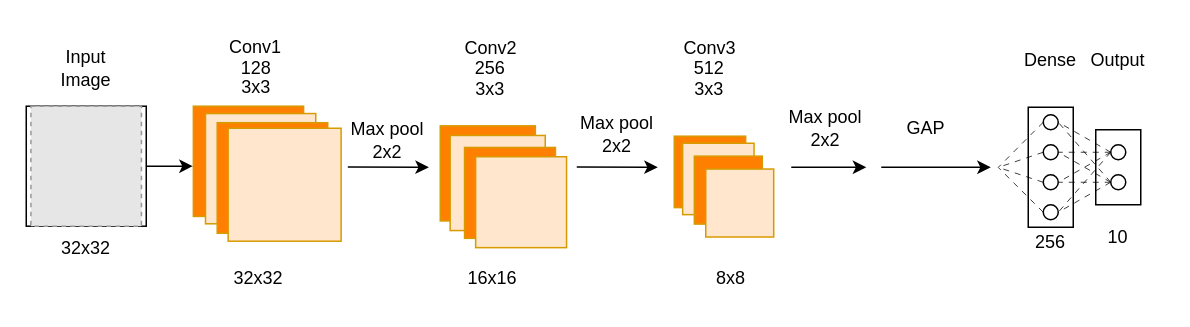
The draw.io diagram figures/systemDesign/targetDetection/VGG8Architecture.drawio in Mikkelnn/ESD7-Project, before the edit. Source tidied: cells renumbered, new cells numbered last; positions are measured from the earlier drawing's top-left corner, leaving out a move shared by most shapes. Both pictures are drawn from the tidied source at 150%, with x=0, y=0 at pixel (26, 32). Pictures stored in the file or linked from it are replaced by grey dashed boxes.
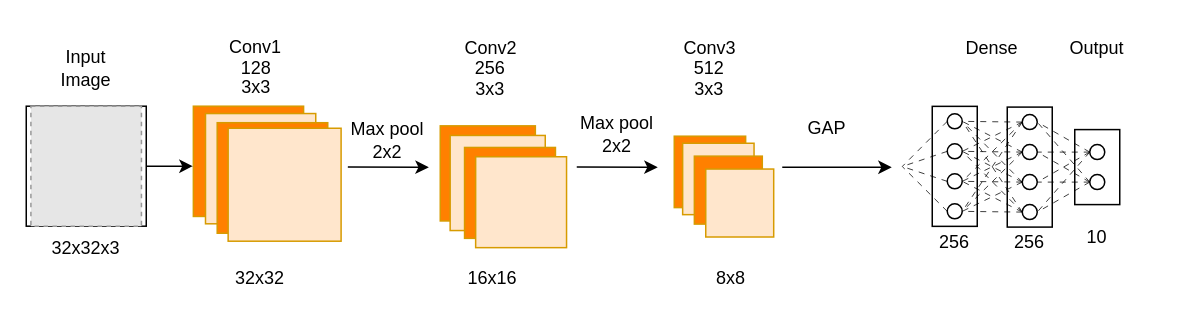
Above is the later version.

Unchanged cells that the change refers to:
```xml
<mxCell id="33" style="group;fontFamily=Project Font;" parent="1" vertex="1">
  <mxGeometry x="111.4" y="49.3" width="100" height="130" as="geometry" />
</mxCell>
<mxCell id="45" style="group;fontFamily=Project Font;" parent="1" vertex="1">
  <mxGeometry x="307" y="59.3" width="117" height="120" as="geometry" />
</mxCell>
```

The edit, as a diff of the source:
```diff
@@
     <mxCell id="4" style="whiteSpace=wrap;html=1;fillColor=none;fontFamily=Project Font;" parent="1" vertex="1">
-      <mxGeometry x="713" y="65" width="30" height="50" as="geometry" />
+      <mxGeometry x="699" y="64.9" width="30" height="50" as="geometry" />
     </mxCell>
     <mxCell id="5" style="ellipse;whiteSpace=wrap;html=1;fillColor=none;fontFamily=Project Font;" parent="1" vertex="1">
-      <mxGeometry x="723" y="75" width="10" height="10" as="geometry" />
+      <mxGeometry x="709" y="74.9" width="10" height="10" as="geometry" />
     </mxCell>
     <mxCell id="6" style="ellipse;whiteSpace=wrap;html=1;fillColor=none;fontFamily=Project Font;" parent="1" vertex="1">
-      <mxGeometry x="723" y="95" width="10" height="10" as="geometry" />
+      <mxGeometry x="709" y="94.9" width="10" height="10" as="geometry" />
     </mxCell>
     <mxCell id="7" style="endArrow=none;dashed=1;html=1;dashPattern=8 8;strokeWidth=0.5;rounded=0;exitX=0;exitY=0.5;exitDx=0;exitDy=0;entryX=1;entryY=0.5;entryDx=0;entryDy=0;fontFamily=Project Font;" parent="1" edge="1" source="5">
       <mxGeometry relative="1" as="geometry">
-        <mxPoint x="688" y="60" as="targetPoint" />
+        <mxPoint x="674" y="59.9" as="targetPoint" />
       </mxGeometry>
     </mxCell>
     <mxCell id="8" style="endArrow=none;dashed=1;html=1;dashPattern=8 8;strokeWidth=0.5;rounded=0;entryX=1;entryY=0.5;entryDx=0;entryDy=0;exitX=0;exitY=0.5;exitDx=0;exitDy=0;fontFamily=Project Font;" parent="1" edge="1" source="5">
       <mxGeometry relative="1" as="geometry">
-        <mxPoint x="688" y="80" as="targetPoint" />
+        <mxPoint x="674" y="79.9" as="targetPoint" />
       </mxGeometry>
     </mxCell>
     <mxCell id="9" style="endArrow=none;dashed=1;html=1;dashPattern=8 8;strokeWidth=0.5;rounded=0;entryX=1;entryY=0.5;entryDx=0;entryDy=0;exitX=0;exitY=0.5;exitDx=0;exitDy=0;fontFamily=Project Font;" parent="1" edge="1" source="5">
       <mxGeometry relative="1" as="geometry">
-        <mxPoint x="688" y="100" as="targetPoint" />
+        <mxPoint x="674" y="99.9" as="targetPoint" />
       </mxGeometry>
     </mxCell>
     <mxCell id="10" style="endArrow=none;dashed=1;html=1;dashPattern=8 8;strokeWidth=0.5;rounded=0;entryX=1;entryY=0.5;entryDx=0;entryDy=0;exitX=0;exitY=0.5;exitDx=0;exitDy=0;fontFamily=Project Font;" parent="1" edge="1" source="5">
       <mxGeometry relative="1" as="geometry">
-        <mxPoint x="688" y="120" as="targetPoint" />
+        <mxPoint x="674" y="119.9" as="targetPoint" />
       </mxGeometry>
     </mxCell>
     <mxCell id="11" style="endArrow=none;dashed=1;html=1;dashPattern=8 8;strokeWidth=0.5;rounded=0;entryX=1;entryY=0.5;entryDx=0;entryDy=0;exitX=0;exitY=0.5;exitDx=0;exitDy=0;fontFamily=Project Font;" parent="1" edge="1" source="6">
       <mxGeometry relative="1" as="geometry">
-        <mxPoint x="688" y="120" as="targetPoint" />
+        <mxPoint x="674" y="119.9" as="targetPoint" />
       </mxGeometry>
     </mxCell>
     <mxCell id="12" style="endArrow=none;dashed=1;html=1;dashPattern=8 8;strokeWidth=0.5;rounded=0;entryX=1;entryY=0.5;entryDx=0;entryDy=0;exitX=0;exitY=0.5;exitDx=0;exitDy=0;fontFamily=Project Font;" parent="1" edge="1" source="6">
       <mxGeometry relative="1" as="geometry">
-        <mxPoint x="688" y="100" as="targetPoint" />
+        <mxPoint x="674" y="99.9" as="targetPoint" />
       </mxGeometry>
     </mxCell>
     <mxCell id="13" style="endArrow=none;dashed=1;html=1;dashPattern=8 8;strokeWidth=0.5;rounded=0;entryX=1;entryY=0.5;entryDx=0;entryDy=0;exitX=0;exitY=0.5;exitDx=0;exitDy=0;fontFamily=Project Font;" parent="1" edge="1" source="6">
       <mxGeometry relative="1" as="geometry">
-        <mxPoint x="688" y="80" as="targetPoint" />
+        <mxPoint x="674" y="79.9" as="targetPoint" />
       </mxGeometry>
     </mxCell>
     <mxCell id="14" style="endArrow=none;dashed=1;html=1;dashPattern=8 8;strokeWidth=0.5;rounded=0;entryX=1;entryY=0.5;entryDx=0;entryDy=0;exitX=0;exitY=0.5;exitDx=0;exitDy=0;fontFamily=Project Font;" parent="1" edge="1" source="6">
       <mxGeometry relative="1" as="geometry">
-        <mxPoint x="688" y="60" as="targetPoint" />
+        <mxPoint x="674" y="59.9" as="targetPoint" />
       </mxGeometry>
     </mxCell>
     <mxCell id="15" style="whiteSpace=wrap;html=1;fillColor=none;fontFamily=Project Font;" parent="1" vertex="1">
-      <mxGeometry x="668" y="50" width="30" height="80" as="geometry" />
+      <mxGeometry x="654" y="49.9" width="30" height="80" as="geometry" />
     </mxCell>
     <mxCell id="16" style="ellipse;whiteSpace=wrap;html=1;fillColor=none;fontFamily=Project Font;" parent="1" vertex="1">
-      <mxGeometry x="678" y="55" width="10" height="10" as="geometry" />
+      <mxGeometry x="664" y="54.9" width="10" height="10" as="geometry" />
     </mxCell>
     <mxCell id="17" style="ellipse;whiteSpace=wrap;html=1;fillColor=none;fontFamily=Project Font;" parent="1" vertex="1">
-      <mxGeometry x="678" y="75" width="10" height="10" as="geometry" />
+      <mxGeometry x="664" y="74.9" width="10" height="10" as="geometry" />
     </mxCell>
     <mxCell id="18" style="ellipse;whiteSpace=wrap;html=1;fillColor=none;fontFamily=Project Font;" parent="1" vertex="1">
-      <mxGeometry x="678" y="95" width="10" height="10" as="geometry" />
+      <mxGeometry x="664" y="94.9" width="10" height="10" as="geometry" />
     </mxCell>
     <mxCell id="19" style="ellipse;whiteSpace=wrap;html=1;fillColor=none;fontFamily=Project Font;" parent="1" vertex="1">
-      <mxGeometry x="678" y="115" width="10" height="10" as="geometry" />
+      <mxGeometry x="664" y="114.9" width="10" height="10" as="geometry" />
     </mxCell>
-    <mxCell id="20" style="endArrow=none;dashed=1;html=1;dashPattern=8 8;strokeWidth=0.5;rounded=0;exitX=0;exitY=0.5;exitDx=0;exitDy=0;entryX=1;entryY=0.5;entryDx=0;entryDy=0;fontFamily=Project Font;" parent="1" edge="1" source="16">
-      <mxGeometry relative="1" as="geometry">
-        <mxPoint x="648" y="90.1" as="targetPoint" />
-      </mxGeometry>
+    <mxCell id="20" style="endArrow=none;dashed=1;html=1;dashPattern=8 8;strokeWidth=0.5;rounded=0;exitX=0;exitY=0.5;exitDx=0;exitDy=0;entryX=1;entryY=0.5;entryDx=0;entryDy=0;fontFamily=Project Font;" parent="1" edge="1" source="16" target="72">
+      <mxGeometry relative="1" as="geometry" />
     </mxCell>
-    <mxCell id="21" style="endArrow=none;dashed=1;html=1;dashPattern=8 8;strokeWidth=0.5;rounded=0;exitX=0;exitY=0.5;exitDx=0;exitDy=0;entryX=1;entryY=0.5;entryDx=0;entryDy=0;fontFamily=Project Font;" parent="1" edge="1" source="17">
-      <mxGeometry relative="1" as="geometry">
-        <mxPoint x="648" y="90.1" as="targetPoint" />
-      </mxGeometry>
+    <mxCell id="21" style="endArrow=none;dashed=1;html=1;dashPattern=8 8;strokeWidth=0.5;rounded=0;exitX=0;exitY=0.5;exitDx=0;exitDy=0;entryX=1;entryY=0.5;entryDx=0;entryDy=0;fontFamily=Project Font;" parent="1" edge="1" source="17" target="72">
+      <mxGeometry relative="1" as="geometry" />
     </mxCell>
-    <mxCell id="22" style="endArrow=none;dashed=1;html=1;dashPattern=8 8;strokeWidth=0.5;rounded=0;exitX=0;exitY=0.5;exitDx=0;exitDy=0;entryX=1;entryY=0.5;entryDx=0;entryDy=0;fontFamily=Project Font;" parent="1" edge="1" source="18">
-      <mxGeometry relative="1" as="geometry">
-        <mxPoint x="648" y="90.1" as="targetPoint" />
-      </mxGeometry>
+    <mxCell id="22" style="endArrow=none;dashed=1;html=1;dashPattern=8 8;strokeWidth=0.5;rounded=0;exitX=0;exitY=0.5;exitDx=0;exitDy=0;entryX=1;entryY=0.5;entryDx=0;entryDy=0;fontFamily=Project Font;" parent="1" edge="1" source="18" target="72">
+      <mxGeometry relative="1" as="geometry" />
     </mxCell>
-    <mxCell id="23" style="endArrow=none;dashed=1;html=1;dashPattern=8 8;strokeWidth=0.5;rounded=0;exitX=0;exitY=0.5;exitDx=0;exitDy=0;entryX=1;entryY=0.5;entryDx=0;entryDy=0;fontFamily=Project Font;" parent="1" edge="1" source="19">
-      <mxGeometry relative="1" as="geometry">
-        <mxPoint x="648" y="90.1" as="targetPoint" />
-      </mxGeometry>
+    <mxCell id="23" style="endArrow=none;dashed=1;html=1;dashPattern=8 8;strokeWidth=0.5;rounded=0;exitX=0;exitY=0.5;exitDx=0;exitDy=0;entryX=1;entryY=0.5;entryDx=0;entryDy=0;fontFamily=Project Font;" parent="1" edge="1" source="19" target="72">
+      <mxGeometry relative="1" as="geometry" />
     </mxCell>
     <mxCell id="24" value="Dense" style="text;html=1;whiteSpace=wrap;strokeColor=none;fillColor=none;align=center;verticalAlign=middle;rounded=0;fontFamily=Project Font;" parent="1" vertex="1">
-      <mxGeometry x="653" y="4" width="60" height="30" as="geometry" />
+      <mxGeometry x="614" y="-4" width="60" height="30" as="geometry" />
     </mxCell>
     <mxCell id="25" value="&lt;div&gt;Output&lt;/div&gt;" style="text;html=1;whiteSpace=wrap;strokeColor=none;fillColor=none;align=center;verticalAlign=middle;rounded=0;fontFamily=Project Font;" parent="1" vertex="1">
-      <mxGeometry x="698" y="4" width="60" height="30" as="geometry" />
+      <mxGeometry x="684" y="-4" width="60" height="30" as="geometry" />
     </mxCell>
@@
     <mxCell id="39" value="32x32" style="text;html=1;whiteSpace=wrap;strokeColor=none;fillColor=none;align=center;verticalAlign=middle;rounded=0;fontFamily=Project Font;" parent="33" vertex="1">
-      <mxGeometry x="13.5" y="100" width="60" height="30" as="geometry" />
+      <mxGeometry x="14.8" y="100" width="60" height="30" as="geometry" />
     </mxCell>
     <mxCell id="40" value="256" style="text;html=1;whiteSpace=wrap;strokeColor=none;fillColor=none;align=center;verticalAlign=middle;rounded=0;fontFamily=Project Font;" parent="1" vertex="1">
-      <mxGeometry x="653" y="125" width="60" height="30" as="geometry" />
+      <mxGeometry x="639" y="124.9" width="60" height="30" as="geometry" />
     </mxCell>
     <mxCell id="41" value="10" style="text;html=1;whiteSpace=wrap;strokeColor=none;fillColor=none;align=center;verticalAlign=middle;rounded=0;fontFamily=Project Font;" parent="1" vertex="1">
-      <mxGeometry x="698" y="122" width="60" height="30" as="geometry" />
+      <mxGeometry x="684" y="121.9" width="60" height="30" as="geometry" />
     </mxCell>
@@
-    <mxCell id="43" value="32x32" style="text;html=1;whiteSpace=wrap;strokeColor=none;fillColor=none;align=center;verticalAlign=middle;rounded=0;fontFamily=Project Font;" parent="1" vertex="1">
+    <mxCell id="43" value="32x32x3" style="text;html=1;whiteSpace=wrap;strokeColor=none;fillColor=none;align=center;verticalAlign=middle;rounded=0;fontFamily=Project Font;" parent="1" vertex="1">
       <mxGeometry x="10" y="129.3" width="60" height="30" as="geometry" />
     </mxCell>
@@
-    <mxCell id="54" value="&lt;div&gt;Max pool&lt;/div&gt;&lt;div&gt;2x2&lt;/div&gt;" style="text;html=1;whiteSpace=wrap;strokeColor=none;fillColor=none;align=center;verticalAlign=middle;rounded=0;" parent="45" vertex="1">
+    <mxCell id="54" value="&lt;div&gt;Max pool&lt;/div&gt;&lt;div&gt;2x2&lt;/div&gt;" style="text;html=1;whiteSpace=wrap;strokeColor=none;fillColor=none;align=center;verticalAlign=middle;rounded=0;fontFamily=Project Font;" parent="45" vertex="1">
       <mxGeometry x="57" y="-6" width="60" height="30" as="geometry" />
     </mxCell>
@@
-    <mxCell id="62" value="&lt;div&gt;Max pool&lt;/div&gt;&lt;div&gt;2x2&lt;/div&gt;" style="text;html=1;whiteSpace=wrap;strokeColor=none;fillColor=none;align=center;verticalAlign=middle;rounded=0;" parent="1" vertex="1">
+    <mxCell id="62" value="&lt;div&gt;Max pool&lt;/div&gt;&lt;div&gt;2x2&lt;/div&gt;" style="text;html=1;whiteSpace=wrap;strokeColor=none;fillColor=none;align=center;verticalAlign=middle;rounded=0;fontFamily=Project Font;" parent="1" vertex="1">
       <mxGeometry x="211.4" y="56.7" width="60" height="30" as="geometry" />
     </mxCell>
@@
-    <mxCell id="64" value="&lt;div&gt;Max pool&lt;/div&gt;&lt;div&gt;2x2&lt;/div&gt;" style="text;html=1;whiteSpace=wrap;strokeColor=none;fillColor=none;align=center;verticalAlign=middle;rounded=0;" parent="1" vertex="1">
-      <mxGeometry x="503" y="49.4" width="60" height="30" as="geometry" />
-    </mxCell>
-    <mxCell id="65" value="GAP" style="text;html=1;whiteSpace=wrap;strokeColor=none;fillColor=none;align=center;verticalAlign=middle;rounded=0;" parent="1" vertex="1">
-      <mxGeometry x="570" y="49.4" width="60" height="30" as="geometry" />
+    <mxCell id="65" value="GAP" style="text;html=1;whiteSpace=wrap;strokeColor=none;fillColor=none;align=center;verticalAlign=middle;rounded=0;fontFamily=Project Font;" parent="1" vertex="1">
+      <mxGeometry x="504" y="49.4" width="60" height="30" as="geometry" />
     </mxCell>
-    <mxCell id="66" style="endArrow=classic;html=1;rounded=0;" parent="1" edge="1">
+    <mxCell id="66" style="endArrow=classic;html=1;rounded=0;fontFamily=Project Font;" parent="1" edge="1">
       <mxGeometry relative="1" as="geometry">
-        <mxPoint x="570" y="90" as="sourcePoint" />
-        <mxPoint x="643" y="90" as="targetPoint" />
+        <mxPoint x="504" y="90" as="sourcePoint" />
+        <mxPoint x="577" y="90" as="targetPoint" />
       </mxGeometry>
     </mxCell>
-    <mxCell id="67" style="endArrow=classic;html=1;rounded=0;" parent="1" edge="1">
-      <mxGeometry relative="1" as="geometry">
-        <mxPoint x="510" y="90" as="sourcePoint" />
-        <mxPoint x="560" y="90" as="targetPoint" />
-      </mxGeometry>
-    </mxCell>
+    <mxCell id="68" style="whiteSpace=wrap;html=1;fillColor=none;fontFamily=Project Font;" parent="1" vertex="1">
+      <mxGeometry x="604" y="49.4" width="30" height="80" as="geometry" />
+    </mxCell>
+    <mxCell id="69" style="ellipse;whiteSpace=wrap;html=1;fillColor=none;fontFamily=Project Font;" parent="1" vertex="1">
+      <mxGeometry x="614" y="54.4" width="10" height="10" as="geometry" />
+    </mxCell>
+    <mxCell id="70" style="ellipse;whiteSpace=wrap;html=1;fillColor=none;fontFamily=Project Font;" parent="1" vertex="1">
+      <mxGeometry x="614" y="74.4" width="10" height="10" as="geometry" />
+    </mxCell>
+    <mxCell id="71" style="ellipse;whiteSpace=wrap;html=1;fillColor=none;fontFamily=Project Font;" parent="1" vertex="1">
+      <mxGeometry x="614" y="94.4" width="10" height="10" as="geometry" />
+    </mxCell>
+    <mxCell id="72" style="ellipse;whiteSpace=wrap;html=1;fillColor=none;fontFamily=Project Font;" parent="1" vertex="1">
+      <mxGeometry x="614" y="114.4" width="10" height="10" as="geometry" />
+    </mxCell>
+    <mxCell id="73" style="endArrow=none;dashed=1;html=1;dashPattern=8 8;strokeWidth=0.5;rounded=0;exitX=0;exitY=0.5;exitDx=0;exitDy=0;entryX=1;entryY=0.5;entryDx=0;entryDy=0;fontFamily=Project Font;" parent="1" edge="1" source="69">
+      <mxGeometry relative="1" as="geometry">
+        <mxPoint x="584" y="89.5" as="targetPoint" />
+      </mxGeometry>
+    </mxCell>
+    <mxCell id="74" style="endArrow=none;dashed=1;html=1;dashPattern=8 8;strokeWidth=0.5;rounded=0;exitX=0;exitY=0.5;exitDx=0;exitDy=0;entryX=1;entryY=0.5;entryDx=0;entryDy=0;fontFamily=Project Font;" parent="1" edge="1" source="70">
+      <mxGeometry relative="1" as="geometry">
+        <mxPoint x="584" y="89.5" as="targetPoint" />
+      </mxGeometry>
+    </mxCell>
+    <mxCell id="75" style="endArrow=none;dashed=1;html=1;dashPattern=8 8;strokeWidth=0.5;rounded=0;exitX=0;exitY=0.5;exitDx=0;exitDy=0;entryX=1;entryY=0.5;entryDx=0;entryDy=0;fontFamily=Project Font;" parent="1" edge="1" source="71">
+      <mxGeometry relative="1" as="geometry">
+        <mxPoint x="584" y="89.5" as="targetPoint" />
+      </mxGeometry>
+    </mxCell>
+    <mxCell id="76" style="endArrow=none;dashed=1;html=1;dashPattern=8 8;strokeWidth=0.5;rounded=0;exitX=0;exitY=0.5;exitDx=0;exitDy=0;entryX=1;entryY=0.5;entryDx=0;entryDy=0;fontFamily=Project Font;" parent="1" edge="1" source="72">
+      <mxGeometry relative="1" as="geometry">
+        <mxPoint x="584" y="89.5" as="targetPoint" />
+      </mxGeometry>
+    </mxCell>
+    <mxCell id="77" style="endArrow=none;dashed=1;html=1;dashPattern=8 8;strokeWidth=0.5;rounded=0;exitX=0;exitY=0.5;exitDx=0;exitDy=0;entryX=1;entryY=0.5;entryDx=0;entryDy=0;fontFamily=Project Font;" parent="1" edge="1" source="19" target="71">
+      <mxGeometry relative="1" as="geometry" />
+    </mxCell>
+    <mxCell id="78" style="endArrow=none;dashed=1;html=1;dashPattern=8 8;strokeWidth=0.5;rounded=0;exitX=0;exitY=0.5;exitDx=0;exitDy=0;entryX=1;entryY=0.5;entryDx=0;entryDy=0;fontFamily=Project Font;" parent="1" edge="1" source="18" target="71">
+      <mxGeometry relative="1" as="geometry" />
+    </mxCell>
+    <mxCell id="79" style="endArrow=none;dashed=1;html=1;dashPattern=8 8;strokeWidth=0.5;rounded=0;exitX=0;exitY=0.5;exitDx=0;exitDy=0;entryX=1;entryY=0.5;entryDx=0;entryDy=0;fontFamily=Project Font;" parent="1" edge="1" source="17" target="71">
+      <mxGeometry relative="1" as="geometry" />
+    </mxCell>
+    <mxCell id="80" style="endArrow=none;dashed=1;html=1;dashPattern=8 8;strokeWidth=0.5;rounded=0;exitX=0;exitY=0.5;exitDx=0;exitDy=0;entryX=1;entryY=0.5;entryDx=0;entryDy=0;fontFamily=Project Font;" parent="1" edge="1" source="16" target="71">
+      <mxGeometry relative="1" as="geometry" />
+    </mxCell>
+    <mxCell id="81" style="endArrow=none;dashed=1;html=1;dashPattern=8 8;strokeWidth=0.5;rounded=0;exitX=0;exitY=0.5;exitDx=0;exitDy=0;entryX=1;entryY=0.5;entryDx=0;entryDy=0;fontFamily=Project Font;" parent="1" edge="1" source="19" target="70">
+      <mxGeometry relative="1" as="geometry" />
+    </mxCell>
+    <mxCell id="82" style="endArrow=none;dashed=1;html=1;dashPattern=8 8;strokeWidth=0.5;rounded=0;exitX=0;exitY=0.5;exitDx=0;exitDy=0;entryX=1;entryY=0.5;entryDx=0;entryDy=0;fontFamily=Project Font;" parent="1" edge="1" source="18" target="70">
+      <mxGeometry relative="1" as="geometry" />
+    </mxCell>
+    <mxCell id="83" style="endArrow=none;dashed=1;html=1;dashPattern=8 8;strokeWidth=0.5;rounded=0;exitX=0;exitY=0.5;exitDx=0;exitDy=0;entryX=1;entryY=0.5;entryDx=0;entryDy=0;fontFamily=Project Font;" parent="1" edge="1" source="17" target="70">
+      <mxGeometry relative="1" as="geometry" />
+    </mxCell>
+    <mxCell id="84" style="endArrow=none;dashed=1;html=1;dashPattern=8 8;strokeWidth=0.5;rounded=0;exitX=0;exitY=0.5;exitDx=0;exitDy=0;entryX=1;entryY=0.5;entryDx=0;entryDy=0;fontFamily=Project Font;" parent="1" edge="1" source="16" target="70">
+      <mxGeometry relative="1" as="geometry" />
+    </mxCell>
+    <mxCell id="85" style="endArrow=none;dashed=1;html=1;dashPattern=8 8;strokeWidth=0.5;rounded=0;exitX=0;exitY=0.5;exitDx=0;exitDy=0;entryX=1;entryY=0.5;entryDx=0;entryDy=0;fontFamily=Project Font;" parent="1" edge="1" source="19" target="69">
+      <mxGeometry relative="1" as="geometry" />
+    </mxCell>
+    <mxCell id="86" style="endArrow=none;dashed=1;html=1;dashPattern=8 8;strokeWidth=0.5;rounded=0;exitX=0;exitY=0.5;exitDx=0;exitDy=0;entryX=1;entryY=0.5;entryDx=0;entryDy=0;fontFamily=Project Font;" parent="1" edge="1" source="18" target="69">
+      <mxGeometry relative="1" as="geometry" />
+    </mxCell>
+    <mxCell id="87" style="endArrow=none;dashed=1;html=1;dashPattern=8 8;strokeWidth=0.5;rounded=0;exitX=0;exitY=0.5;exitDx=0;exitDy=0;entryX=1;entryY=0.5;entryDx=0;entryDy=0;fontFamily=Project Font;" parent="1" edge="1" source="17" target="69">
+      <mxGeometry relative="1" as="geometry" />
+    </mxCell>
+    <mxCell id="88" style="endArrow=none;dashed=1;html=1;dashPattern=8 8;strokeWidth=0.5;rounded=0;exitX=0;exitY=0.5;exitDx=0;exitDy=0;entryX=1;entryY=0.5;entryDx=0;entryDy=0;fontFamily=Project Font;" parent="1" edge="1" source="16" target="69">
+      <mxGeometry relative="1" as="geometry" />
+    </mxCell>
+    <mxCell id="89" value="256" style="text;html=1;whiteSpace=wrap;strokeColor=none;fillColor=none;align=center;verticalAlign=middle;rounded=0;fontFamily=Project Font;" parent="1" vertex="1">
+      <mxGeometry x="589" y="124.9" width="60" height="30" as="geometry" />
+    </mxCell>
```
